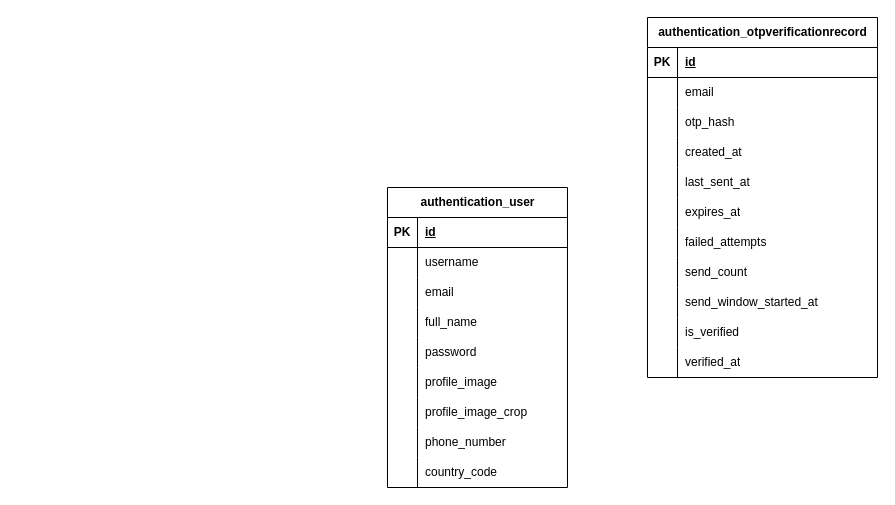
The draw.io diagram page "Authentication" (4 of 10) of diagrams/erd/e-commerce-entity-relationship-diagram.drawio in RHILIUS/E-Commerce-Docs, before the edit. Source tidied: cells renumbered, new cells numbered last; positions are measured from the earlier drawing's top-left corner, leaving out a move shared by most shapes. Both pictures are drawn from the tidied source at 100%, with x=0, y=0 at pixel (387, 17).
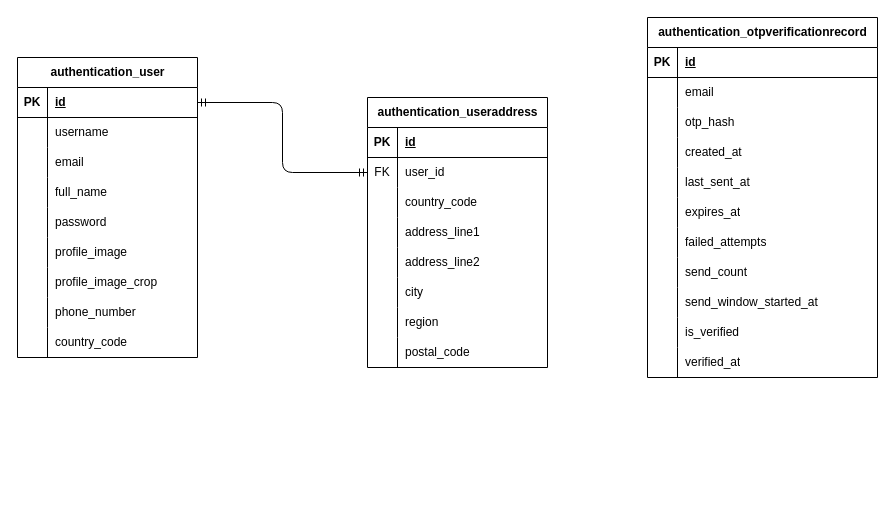
The same diagram, later.

Commit message (it also covers changes not shown here):
ERD: add UserAddress entity in authentication module that references a user

The change refers to these unchanged cells:
```xml
<mxCell id="37" style="shape=tableRow;horizontal=0;startSize=0;swimlaneHead=0;swimlaneBody=0;fillColor=none;points=[[0,0.5],[1,0.5]];portConstraint=eastwest;top=0;left=0;right=0;bottom=1;" parent="36" vertex="1">
  <mxGeometry y="30" width="180" height="30" as="geometry" />
</mxCell>
```

What changed in the source:
```diff
@@
     <mxCell id="36" value="&lt;font style=&quot;color: rgb(0, 0, 0);&quot;&gt;authentication_user&lt;/font&gt;" style="shape=table;startSize=30;childLayout=tableLayout;rowLines=0;fontStyle=1;align=center;html=1;" parent="1" vertex="1">
-      <mxGeometry y="170" width="180" height="300" as="geometry" />
+      <mxGeometry x="-370" y="40" width="180" height="300" as="geometry" />
     </mxCell>
@@
+    <mxCell id="64" value="authentication_useraddress" style="shape=table;startSize=30;childLayout=tableLayout;rowLines=0;fontStyle=1;align=center;html=1;" parent="1" vertex="1">
+      <mxGeometry x="-20" y="80" width="180" height="270" as="geometry" />
+    </mxCell>
+    <mxCell id="65" style="shape=tableRow;horizontal=0;startSize=0;swimlaneHead=0;swimlaneBody=0;fillColor=none;top=0;left=0;right=0;bottom=1;" parent="64" vertex="1">
+      <mxGeometry y="30" width="180" height="30" as="geometry" />
+    </mxCell>
+    <mxCell id="66" value="PK" style="shape=partialRectangle;fillColor=none;top=0;left=0;bottom=0;right=0;fontStyle=1;overflow=hidden;whiteSpace=wrap;html=1;" parent="65" vertex="1">
+      <mxGeometry width="30" height="30" as="geometry" />
+    </mxCell>
+    <mxCell id="67" value="id" style="shape=partialRectangle;fillColor=none;top=0;left=0;bottom=0;right=0;align=left;spacingLeft=6;fontStyle=5;overflow=hidden;whiteSpace=wrap;html=1;" parent="65" vertex="1">
+      <mxGeometry x="30" width="150" height="30" as="geometry" />
+    </mxCell>
+    <mxCell id="68" style="shape=tableRow;horizontal=0;startSize=0;swimlaneHead=0;swimlaneBody=0;fillColor=none;points=[[0,0.5],[1,0.5]];portConstraint=eastwest;top=0;left=0;right=0;bottom=0;" parent="64" vertex="1">
+      <mxGeometry y="60" width="180" height="30" as="geometry" />
+    </mxCell>
+    <mxCell id="69" value="FK" style="shape=partialRectangle;fillColor=none;top=0;left=0;bottom=0;right=0;overflow=hidden;whiteSpace=wrap;html=1;" parent="68" vertex="1">
+      <mxGeometry width="30" height="30" as="geometry" />
+    </mxCell>
+    <mxCell id="70" value="user_id" style="shape=partialRectangle;fillColor=none;top=0;left=0;bottom=0;right=0;align=left;spacingLeft=6;overflow=hidden;whiteSpace=wrap;html=1;" parent="68" vertex="1">
+      <mxGeometry x="30" width="150" height="30" as="geometry" />
+    </mxCell>
+    <mxCell id="71" style="shape=tableRow;horizontal=0;startSize=0;swimlaneHead=0;swimlaneBody=0;fillColor=none;top=0;left=0;right=0;bottom=0;" parent="64" vertex="1">
+      <mxGeometry y="90" width="180" height="30" as="geometry" />
+    </mxCell>
+    <mxCell id="72" style="shape=partialRectangle;fillColor=none;top=0;left=0;bottom=0;right=0;overflow=hidden;whiteSpace=wrap;html=1;" parent="71" vertex="1">
+      <mxGeometry width="30" height="30" as="geometry" />
+    </mxCell>
+    <mxCell id="73" value="country_code" style="shape=partialRectangle;fillColor=none;top=0;left=0;bottom=0;right=0;align=left;spacingLeft=6;overflow=hidden;whiteSpace=wrap;html=1;" parent="71" vertex="1">
+      <mxGeometry x="30" width="150" height="30" as="geometry" />
+    </mxCell>
+    <mxCell id="74" style="shape=tableRow;horizontal=0;startSize=0;swimlaneHead=0;swimlaneBody=0;fillColor=none;top=0;left=0;right=0;bottom=0;" parent="64" vertex="1">
+      <mxGeometry y="120" width="180" height="30" as="geometry" />
+    </mxCell>
+    <mxCell id="75" style="shape=partialRectangle;fillColor=none;top=0;left=0;bottom=0;right=0;overflow=hidden;whiteSpace=wrap;html=1;" parent="74" vertex="1">
+      <mxGeometry width="30" height="30" as="geometry" />
+    </mxCell>
+    <mxCell id="76" value="address_line1" style="shape=partialRectangle;fillColor=none;top=0;left=0;bottom=0;right=0;align=left;spacingLeft=6;overflow=hidden;whiteSpace=wrap;html=1;" parent="74" vertex="1">
+      <mxGeometry x="30" width="150" height="30" as="geometry" />
+    </mxCell>
+    <mxCell id="77" style="shape=tableRow;horizontal=0;startSize=0;swimlaneHead=0;swimlaneBody=0;fillColor=none;top=0;left=0;right=0;bottom=0;" parent="64" vertex="1">
+      <mxGeometry y="150" width="180" height="30" as="geometry" />
+    </mxCell>
+    <mxCell id="78" style="shape=partialRectangle;fillColor=none;top=0;left=0;bottom=0;right=0;overflow=hidden;whiteSpace=wrap;html=1;" parent="77" vertex="1">
+      <mxGeometry width="30" height="30" as="geometry" />
+    </mxCell>
+    <mxCell id="79" value="address_line2" style="shape=partialRectangle;fillColor=none;top=0;left=0;bottom=0;right=0;align=left;spacingLeft=6;overflow=hidden;whiteSpace=wrap;html=1;" parent="77" vertex="1">
+      <mxGeometry x="30" width="150" height="30" as="geometry" />
+    </mxCell>
+    <mxCell id="80" style="shape=tableRow;horizontal=0;startSize=0;swimlaneHead=0;swimlaneBody=0;fillColor=none;top=0;left=0;right=0;bottom=0;" parent="64" vertex="1">
+      <mxGeometry y="180" width="180" height="30" as="geometry" />
+    </mxCell>
+    <mxCell id="81" style="shape=partialRectangle;fillColor=none;top=0;left=0;bottom=0;right=0;overflow=hidden;whiteSpace=wrap;html=1;" parent="80" vertex="1">
+      <mxGeometry width="30" height="30" as="geometry" />
+    </mxCell>
+    <mxCell id="82" value="city" style="shape=partialRectangle;fillColor=none;top=0;left=0;bottom=0;right=0;align=left;spacingLeft=6;overflow=hidden;whiteSpace=wrap;html=1;" parent="80" vertex="1">
+      <mxGeometry x="30" width="150" height="30" as="geometry" />
+    </mxCell>
+    <mxCell id="83" style="shape=tableRow;horizontal=0;startSize=0;swimlaneHead=0;swimlaneBody=0;fillColor=none;top=0;left=0;right=0;bottom=0;" parent="64" vertex="1">
+      <mxGeometry y="210" width="180" height="30" as="geometry" />
+    </mxCell>
+    <mxCell id="84" style="shape=partialRectangle;fillColor=none;top=0;left=0;bottom=0;right=0;overflow=hidden;whiteSpace=wrap;html=1;" parent="83" vertex="1">
+      <mxGeometry width="30" height="30" as="geometry" />
+    </mxCell>
+    <mxCell id="85" value="region" style="shape=partialRectangle;fillColor=none;top=0;left=0;bottom=0;right=0;align=left;spacingLeft=6;overflow=hidden;whiteSpace=wrap;html=1;" parent="83" vertex="1">
+      <mxGeometry x="30" width="150" height="30" as="geometry" />
+    </mxCell>
+    <mxCell id="86" style="shape=tableRow;horizontal=0;startSize=0;swimlaneHead=0;swimlaneBody=0;fillColor=none;top=0;left=0;right=0;bottom=0;" parent="64" vertex="1">
+      <mxGeometry y="240" width="180" height="30" as="geometry" />
+    </mxCell>
+    <mxCell id="87" style="shape=partialRectangle;fillColor=none;top=0;left=0;bottom=0;right=0;overflow=hidden;whiteSpace=wrap;html=1;" parent="86" vertex="1">
+      <mxGeometry width="30" height="30" as="geometry" />
+    </mxCell>
+    <mxCell id="88" value="postal_code" style="shape=partialRectangle;fillColor=none;top=0;left=0;bottom=0;right=0;align=left;spacingLeft=6;overflow=hidden;whiteSpace=wrap;html=1;" parent="86" vertex="1">
+      <mxGeometry x="30" width="150" height="30" as="geometry" />
+    </mxCell>
+    <mxCell id="89" style="edgeStyle=orthogonalEdgeStyle;html=1;entryX=0;entryY=0.5;entryDx=0;entryDy=0;exitX=1;exitY=0.5;exitDx=0;exitDy=0;endArrow=ERmandOne;endFill=0;startArrow=ERmandOne;startFill=0;" parent="1" edge="1" source="37" target="68">
+      <mxGeometry relative="1" as="geometry" />
+    </mxCell>
```
